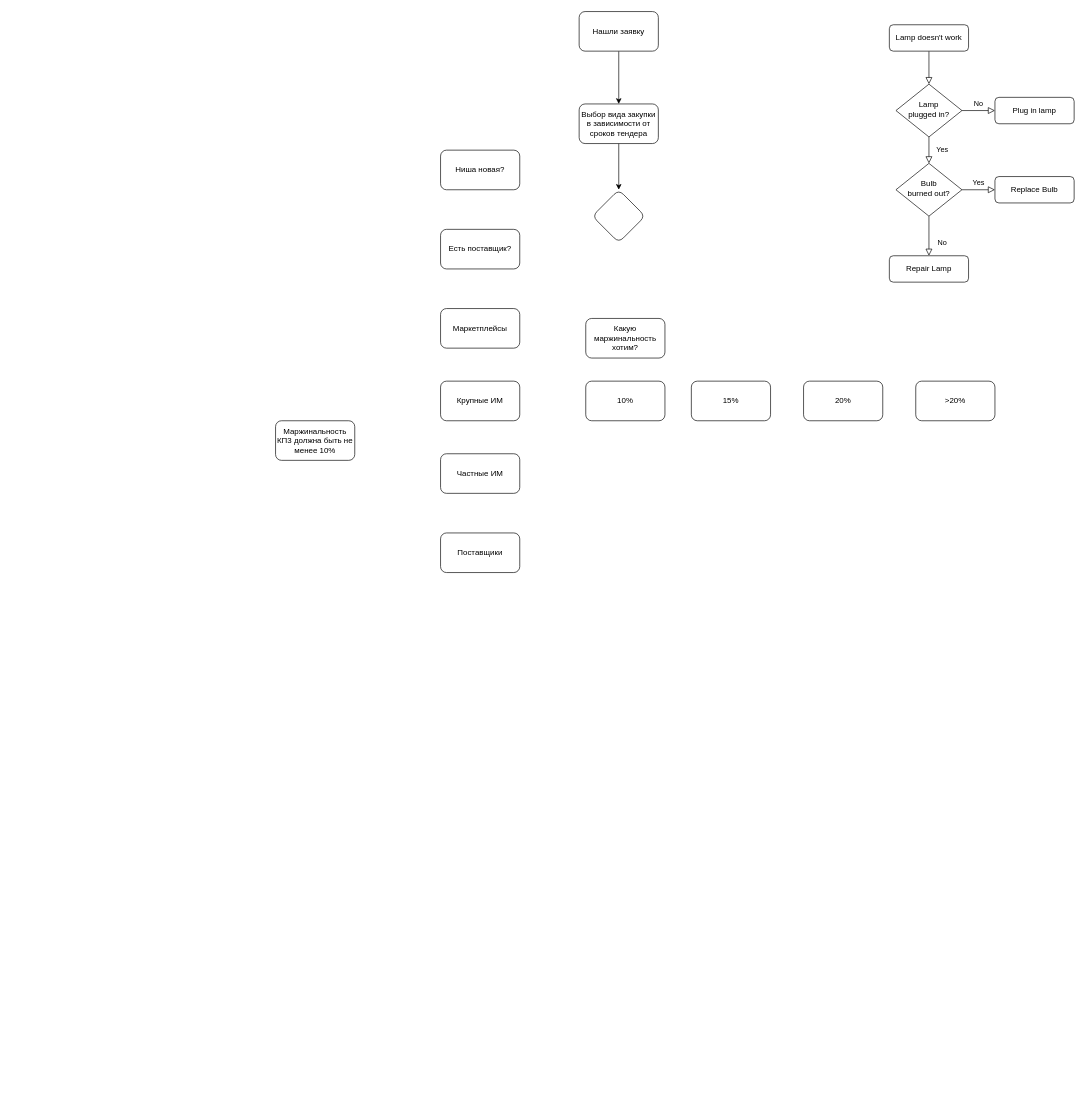
This is Search Algo.drawio from avgor80/stuff, a draw.io file, before an edit. Source tidied: cells renumbered, new cells numbered last; positions are measured from the earlier drawing's top-left corner, leaving out a move shared by most shapes. Both pictures are drawn from the tidied source at 66%, with x=0, y=0 at pixel (275, 11).
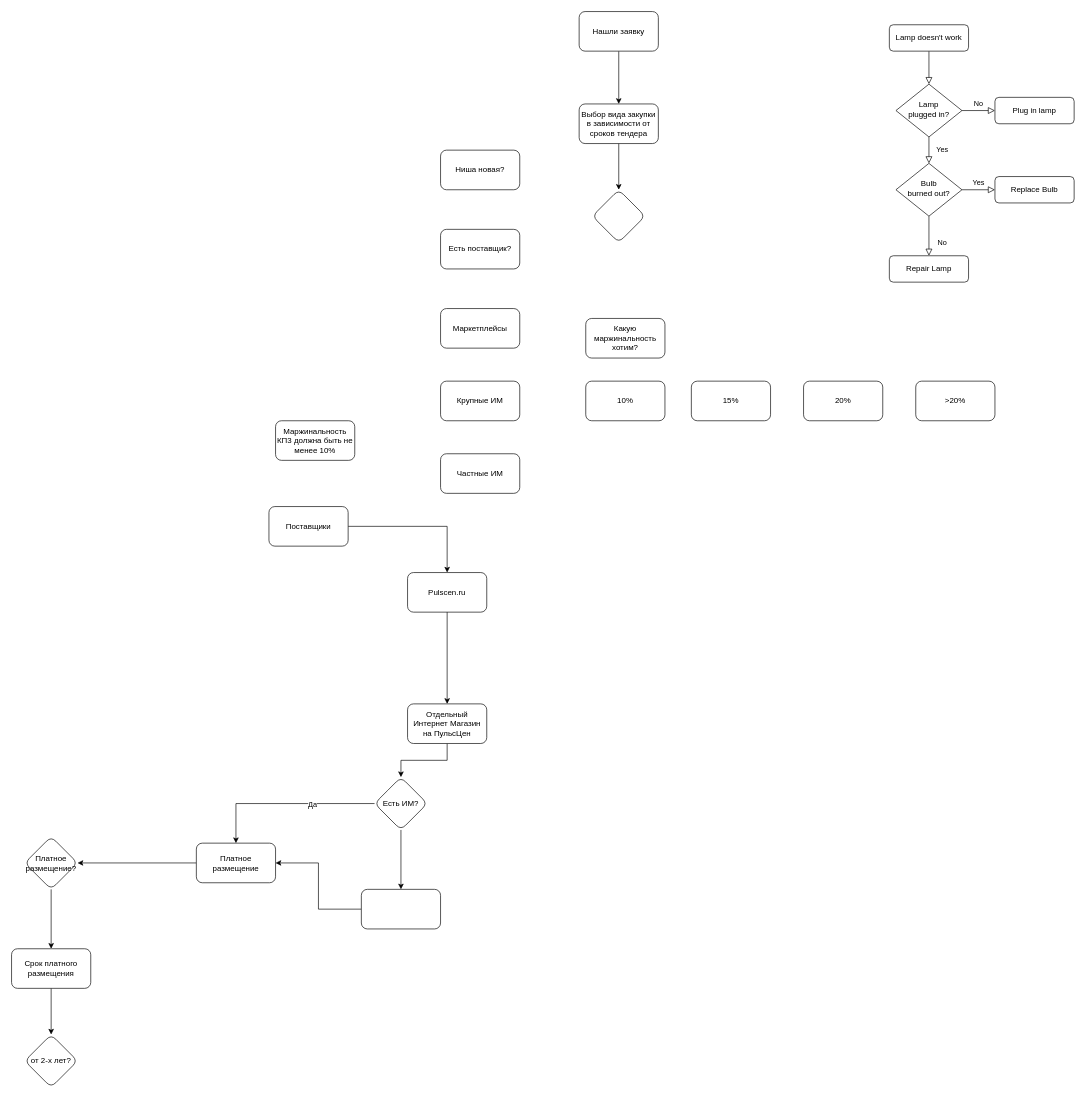
The same page after the edit.

The edit, as a diff of the source:
```diff
@@
+    <mxCell id="30" style="edgeStyle=orthogonalEdgeStyle;rounded=0;jettySize=auto;html=1;entryX=0.5;entryY=0;entryDx=0;entryDy=0;" parent="1" edge="1" source="28" target="32">
+      <mxGeometry relative="1" as="geometry" />
+    </mxCell>
     <mxCell id="28" value="Поставщики" style="rounded=1;whiteSpace=wrap;html=1;" parent="1" vertex="1">
-      <mxGeometry x="250" y="790" width="120" height="60" as="geometry" />
+      <mxGeometry x="-10" y="750" width="120" height="60" as="geometry" />
     </mxCell>
@@
+    <mxCell id="31" style="edgeStyle=orthogonalEdgeStyle;rounded=0;jettySize=auto;html=1;" parent="1" edge="1" source="42" target="35">
+      <mxGeometry relative="1" as="geometry" />
+    </mxCell>
+    <mxCell id="32" value="Pulscen.ru" style="rounded=1;whiteSpace=wrap;html=1;" parent="1" vertex="1">
+      <mxGeometry x="200" y="850" width="120" height="60" as="geometry" />
+    </mxCell>
+    <mxCell id="33" style="edgeStyle=orthogonalEdgeStyle;rounded=0;jettySize=auto;html=1;" parent="1" edge="1" source="40" target="37">
+      <mxGeometry relative="1" as="geometry" />
+    </mxCell>
+    <mxCell id="34" style="edgeStyle=orthogonalEdgeStyle;rounded=0;jettySize=auto;html=1;" parent="1" edge="1" source="35" target="46">
+      <mxGeometry relative="1" as="geometry" />
+    </mxCell>
+    <mxCell id="35" value="Есть ИМ?" style="rhombus;whiteSpace=wrap;html=1;rounded=1;" parent="1" vertex="1">
+      <mxGeometry x="150" y="1160" width="80" height="80" as="geometry" />
+    </mxCell>
+    <mxCell id="36" style="edgeStyle=orthogonalEdgeStyle;rounded=0;jettySize=auto;html=1;" parent="1" edge="1" source="37" target="44">
+      <mxGeometry relative="1" as="geometry" />
+    </mxCell>
+    <mxCell id="37" value="Платное размещение?" style="rhombus;whiteSpace=wrap;html=1;rounded=1;" parent="1" vertex="1">
+      <mxGeometry x="-380" y="1250" width="80" height="80" as="geometry" />
+    </mxCell>
+    <mxCell id="38" style="edgeStyle=orthogonalEdgeStyle;rounded=0;jettySize=auto;html=1;" parent="1" edge="1" source="35" target="40">
+      <mxGeometry relative="1" as="geometry" />
+    </mxCell>
+    <mxCell id="39" value="Да" style="edgeLabel;html=1;align=center;verticalAlign=middle;" parent="38" vertex="1">
+      <mxGeometry x="-0.3" y="1" relative="1" as="geometry" />
+    </mxCell>
+    <mxCell id="40" value="Платное размещение" style="rounded=1;whiteSpace=wrap;html=1;" parent="1" vertex="1">
+      <mxGeometry x="-120" y="1260" width="120" height="60" as="geometry" />
+    </mxCell>
+    <mxCell id="41" style="edgeStyle=orthogonalEdgeStyle;rounded=0;jettySize=auto;html=1;" parent="1" edge="1" source="32" target="42">
+      <mxGeometry relative="1" as="geometry" />
+    </mxCell>
+    <mxCell id="42" value="Отдельный Интернет Магазин на ПульсЦен" style="rounded=1;whiteSpace=wrap;html=1;" parent="1" vertex="1">
+      <mxGeometry x="200" y="1049" width="120" height="60" as="geometry" />
+    </mxCell>
+    <mxCell id="43" style="edgeStyle=orthogonalEdgeStyle;rounded=0;jettySize=auto;html=1;" parent="1" edge="1" source="44" target="47">
+      <mxGeometry relative="1" as="geometry" />
+    </mxCell>
+    <mxCell id="44" value="Срок платного размещения" style="whiteSpace=wrap;html=1;rounded=1;" parent="1" vertex="1">
+      <mxGeometry x="-400" y="1420" width="120" height="60" as="geometry" />
+    </mxCell>
+    <mxCell id="45" style="edgeStyle=orthogonalEdgeStyle;rounded=0;jettySize=auto;html=1;entryX=1;entryY=0.5;entryDx=0;entryDy=0;" parent="1" edge="1" source="46" target="40">
+      <mxGeometry relative="1" as="geometry" />
+    </mxCell>
+    <mxCell id="46" style="whiteSpace=wrap;html=1;rounded=1;" parent="1" vertex="1">
+      <mxGeometry x="130" y="1330" width="120" height="60" as="geometry" />
+    </mxCell>
+    <mxCell id="47" value="от 2-х лет?" style="rhombus;whiteSpace=wrap;html=1;rounded=1;" parent="1" vertex="1">
+      <mxGeometry x="-380" y="1550" width="80" height="80" as="geometry" />
+    </mxCell>
```
